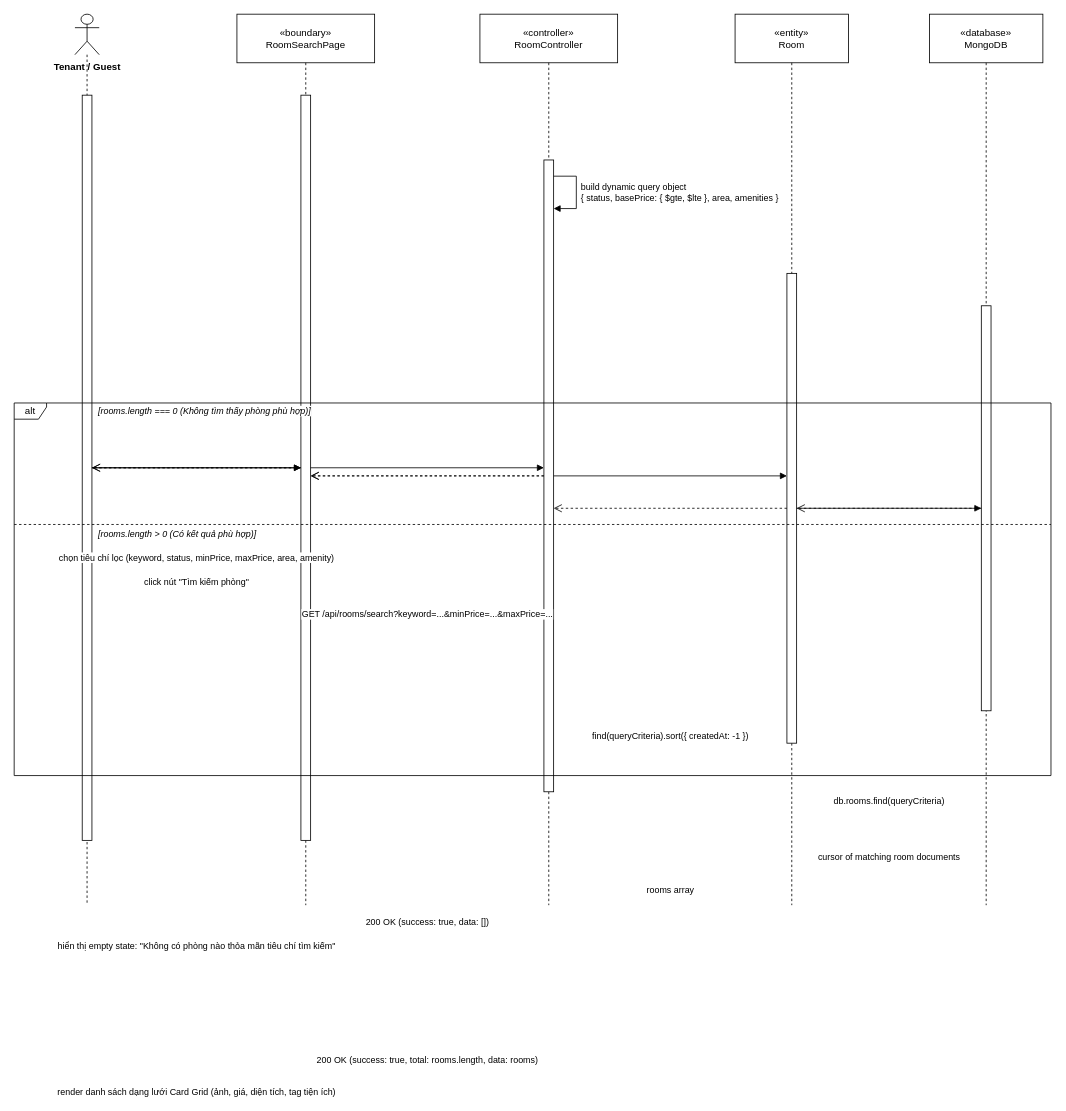
Earlier version of the draw.io diagram docs/diagrams/UC-M02_Search_Room_SequenceDiagram.drawio (WanFJava/MotalManagementSystems). Source tidied: cells renumbered, new cells numbered last; positions are measured from the earlier drawing's top-left corner, leaving out a move shared by most shapes. Both pictures are drawn from the tidied source at 81%, with x=0, y=0 at pixel (14, 14).
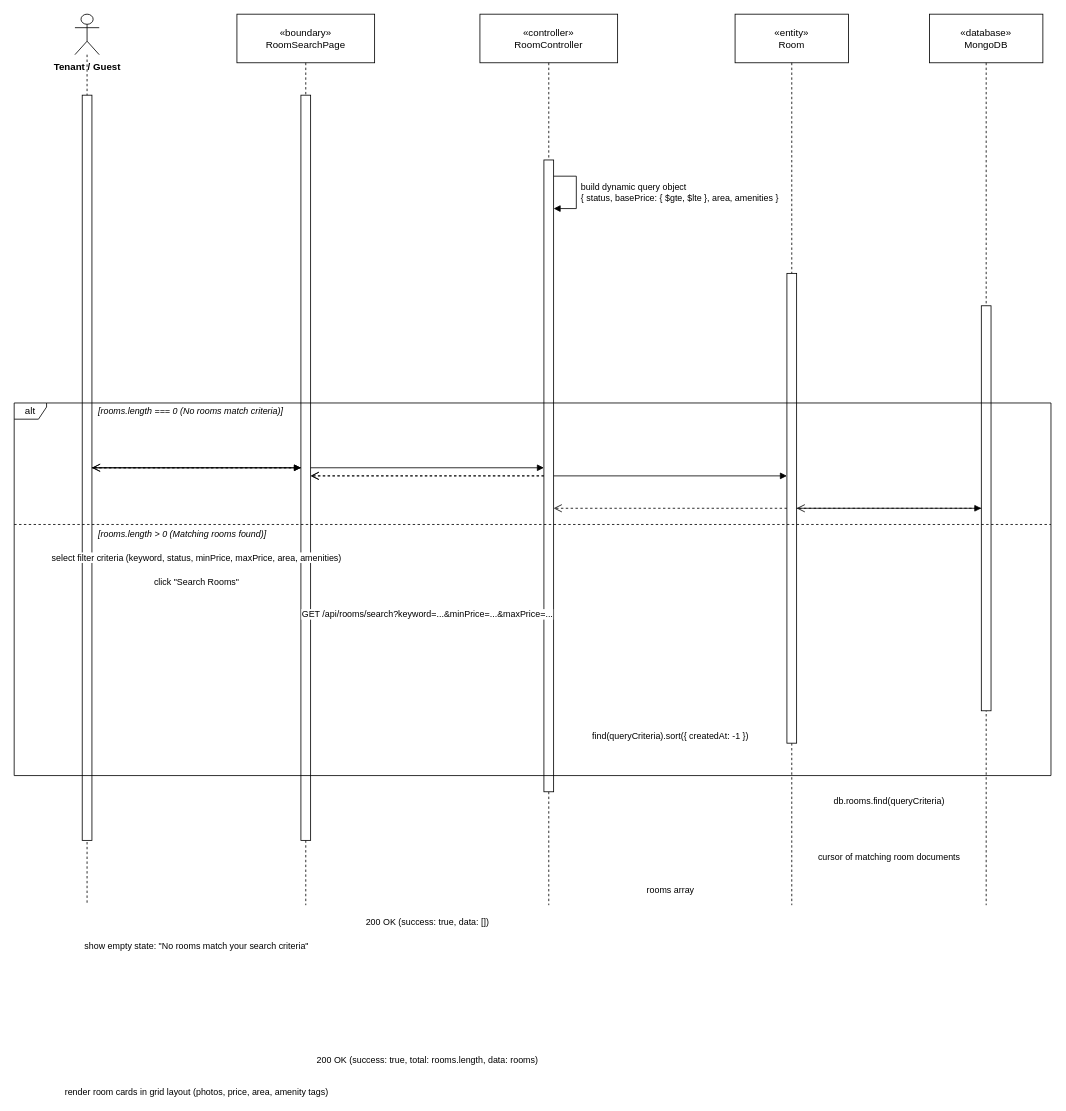
The same page after the edit.

Commit message (it also covers changes not shown here):
docs(uml): translate all Class and Sequence Diagrams to 100% English

The change refers to these unchanged cells:
```xml
<mxCell id="7" style="html=1;points=[];perimeter=orthogonalPerimeter;outlineConnect=0;targetShapes=umlLifeline;portConstraint=eastwest;" parent="2" vertex="1">
  <mxGeometry x="9" y="100" width="12" height="920" as="geometry" />
</mxCell>
<mxCell id="8" style="html=1;points=[];perimeter=orthogonalPerimeter;outlineConnect=0;targetShapes=umlLifeline;portConstraint=eastwest;" parent="3" vertex="1">
  <mxGeometry x="79" y="100" width="12" height="920" as="geometry" />
</mxCell>
```

The edit, as a diff of the source:
```diff
@@
-    <mxCell id="12" value="chọn tiêu chí lọc (keyword, status, minPrice, maxPrice, area, amenity)" style="html=1;verticalAlign=bottom;rounded=0;fontSize=11;endArrow=block;endFill=1;" parent="1" edge="1" source="7" target="8">
+    <mxCell id="12" value="select filter criteria (keyword, status, minPrice, maxPrice, area, amenities)" style="html=1;verticalAlign=bottom;rounded=0;fontSize=11;endArrow=block;endFill=1;" parent="1" edge="1" source="7" target="8">
       <mxGeometry relative="1" as="geometry">
         <mxPoint y="120" as="offset" />
       </mxGeometry>
     </mxCell>
-    <mxCell id="13" value="click nút &quot;Tìm kiếm phòng&quot;" style="html=1;verticalAlign=bottom;rounded=0;fontSize=11;endArrow=block;endFill=1;" parent="1" edge="1" source="7" target="8">
+    <mxCell id="13" value="click &quot;Search Rooms&quot;" style="html=1;verticalAlign=bottom;rounded=0;fontSize=11;endArrow=block;endFill=1;" parent="1" edge="1" source="7" target="8">
       <mxGeometry relative="1" as="geometry">
         <mxPoint y="150" as="offset" />
       </mxGeometry>
     </mxCell>
@@
-    <mxCell id="21" value="[rooms.length === 0 (Không tìm thấy phòng phù hợp)]" style="text;html=1;align=left;verticalAlign=middle;whiteSpace=nowrap;fontSize=11;fontStyle=2;labelBackgroundColor=#ffffff;" parent="1" vertex="1">
+    <mxCell id="21" value="[rooms.length === 0 (No rooms match criteria)]" style="text;html=1;align=left;verticalAlign=middle;whiteSpace=nowrap;fontSize=11;fontStyle=2;labelBackgroundColor=#ffffff;" parent="1" vertex="1">
       <mxGeometry x="102" y="480" width="350" height="20" as="geometry" />
     </mxCell>
@@
-    <mxCell id="23" value="hiển thị empty state: &quot;Không có phòng nào thỏa mãn tiêu chí tìm kiếm&quot;" style="html=1;verticalAlign=bottom;rounded=0;fontSize=11;dashed=1;endArrow=open;endSize=8;" parent="1" edge="1" source="8" target="7">
+    <mxCell id="23" value="show empty state: &quot;No rooms match your search criteria&quot;" style="html=1;verticalAlign=bottom;rounded=0;fontSize=11;dashed=1;endArrow=open;endSize=8;" parent="1" edge="1" source="8" target="7">
       <mxGeometry relative="1" as="geometry">
         <mxPoint y="600" as="offset" />
       </mxGeometry>
     </mxCell>
@@
-    <mxCell id="25" value="[rooms.length &gt; 0 (Có kết quả phù hợp)]" style="text;html=1;align=left;verticalAlign=middle;whiteSpace=nowrap;fontSize=11;fontStyle=2;labelBackgroundColor=#ffffff;" parent="1" vertex="1">
+    <mxCell id="25" value="[rooms.length &gt; 0 (Matching rooms found)]" style="text;html=1;align=left;verticalAlign=middle;whiteSpace=nowrap;fontSize=11;fontStyle=2;labelBackgroundColor=#ffffff;" parent="1" vertex="1">
       <mxGeometry x="102" y="632" width="300" height="20" as="geometry" />
     </mxCell>
@@
-    <mxCell id="27" value="render danh sách dạng lưới Card Grid (ảnh, giá, diện tích, tag tiện ích)" style="html=1;verticalAlign=bottom;rounded=0;fontSize=11;dashed=1;endArrow=open;endSize=8;" parent="1" edge="1" source="8" target="7">
+    <mxCell id="27" value="render room cards in grid layout (photos, price, area, amenity tags)" style="html=1;verticalAlign=bottom;rounded=0;fontSize=11;dashed=1;endArrow=open;endSize=8;" parent="1" edge="1" source="8" target="7">
       <mxGeometry relative="1" as="geometry">
         <mxPoint y="780" as="offset" />
       </mxGeometry>
     </mxCell>
```
